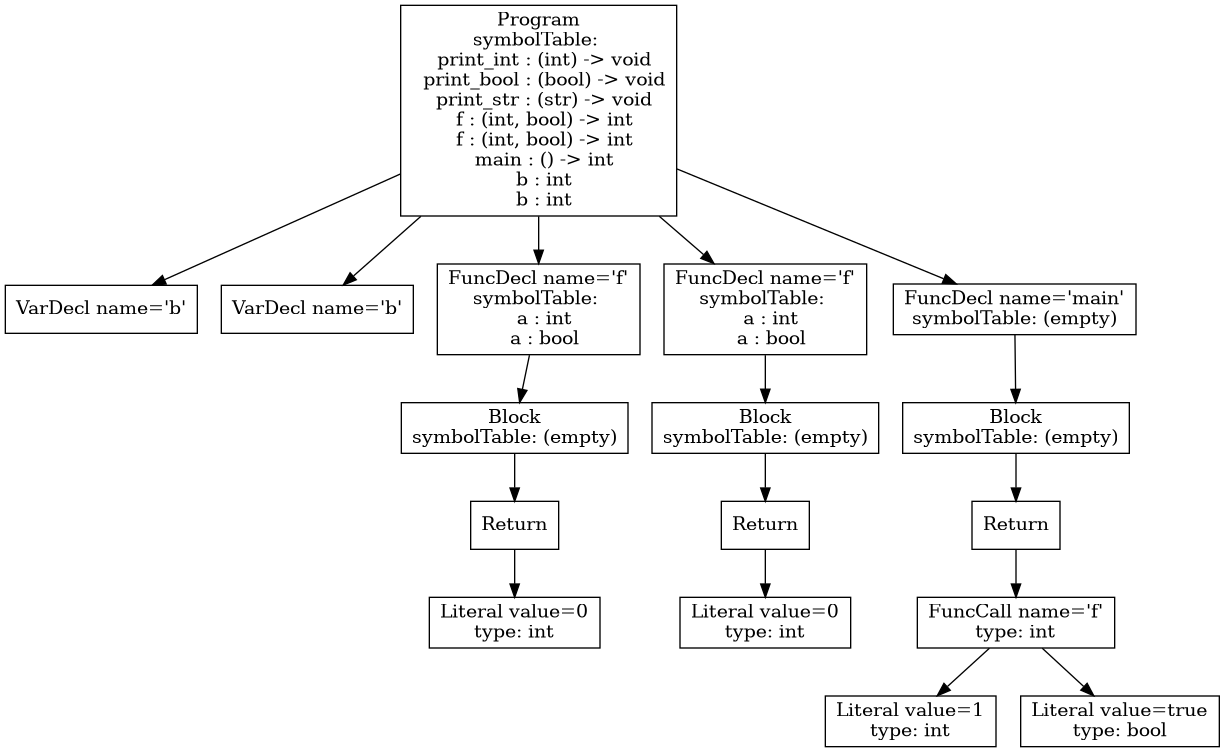
Before: p3-analysis/tree.png, a diagram exported from Graphviz (purejerome/cs432_project). Its source is kept beside it as p3-analysis/tree.dot.
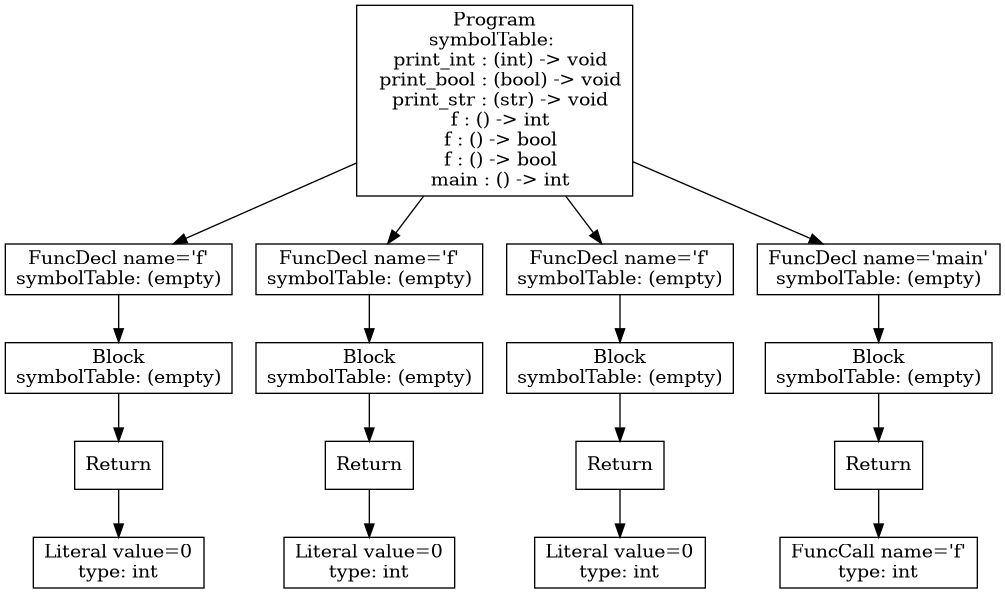
The same diagram one commit later.

Change to the diagram source:
```diff
@@ -1,35 +1,35 @@
 digraph AST {
-1 [shape=box, label="VarDecl name='b'"];
-2 [shape=box, label="VarDecl name='b'"];
-6 [shape=box, label="Literal value=0\ntype: int"];
-5 [shape=box, label="Return"];
+4 [shape=box, label="Literal value=0\ntype: int"];
+3 [shape=box, label="Return"];
+3 -> 4;
+2 [shape=box, label="Block\nsymbolTable: (empty)"];
+2 -> 3;
+1 [shape=box, label="FuncDecl name='f'\nsymbolTable: (empty)"];
+1 -> 2;
+8 [shape=box, label="Literal value=0\ntype: int"];
+7 [shape=box, label="Return"];
+7 -> 8;
+6 [shape=box, label="Block\nsymbolTable: (empty)"];
+6 -> 7;
+5 [shape=box, label="FuncDecl name='f'\nsymbolTable: (empty)"];
 5 -> 6;
-4 [shape=box, label="Block\nsymbolTable: (empty)"];
-4 -> 5;
-3 [shape=box, label="FuncDecl name='f'\nsymbolTable: \n  a : int\n  a : bool"];
-3 -> 4;
-10 [shape=box, label="Literal value=0\ntype: int"];
-9 [shape=box, label="Return"];
+12 [shape=box, label="Literal value=0\ntype: int"];
+11 [shape=box, label="Return"];
+11 -> 12;
+10 [shape=box, label="Block\nsymbolTable: (empty)"];
+10 -> 11;
+9 [shape=box, label="FuncDecl name='f'\nsymbolTable: (empty)"];
 9 -> 10;
-8 [shape=box, label="Block\nsymbolTable: (empty)"];
-8 -> 9;
-7 [shape=box, label="FuncDecl name='f'\nsymbolTable: \n  a : int\n  a : bool"];
-7 -> 8;
-15 [shape=box, label="Literal value=1\ntype: int"];
-16 [shape=box, label="Literal value=true\ntype: bool"];
-14 [shape=box, label="FuncCall name='f'\ntype: int"];
+16 [shape=box, label="FuncCall name='f'\ntype: int"];
+15 [shape=box, label="Return"];
+15 -> 16;
+14 [shape=box, label="Block\nsymbolTable: (empty)"];
 14 -> 15;
-14 -> 16;
-13 [shape=box, label="Return"];
+13 [shape=box, label="FuncDecl name='main'\nsymbolTable: (empty)"];
 13 -> 14;
-12 [shape=box, label="Block\nsymbolTable: (empty)"];
-12 -> 13;
-11 [shape=box, label="FuncDecl name='main'\nsymbolTable: (empty)"];
-11 -> 12;
-0 [shape=box, label="Program\nsymbolTable: \n  print_int : (int) -> void\n  print_bool : (bool) -> void\n  print_str : (str) -> void\n  f : (int, bool) -> int\n  f : (int, bool) -> int\n  main : () -> int\n  b : int\n  b : int"];
+0 [shape=box, label="Program\nsymbolTable: \n  print_int : (int) -> void\n  print_bool : (bool) -> void\n  print_str : (str) -> void\n  f : () -> int\n  f : () -> bool\n  f : () -> bool\n  main : () -> int"];
 0 -> 1;
-0 -> 2;
-0 -> 3;
-0 -> 7;
-0 -> 11;
+0 -> 5;
+0 -> 9;
+0 -> 13;
 }
```
